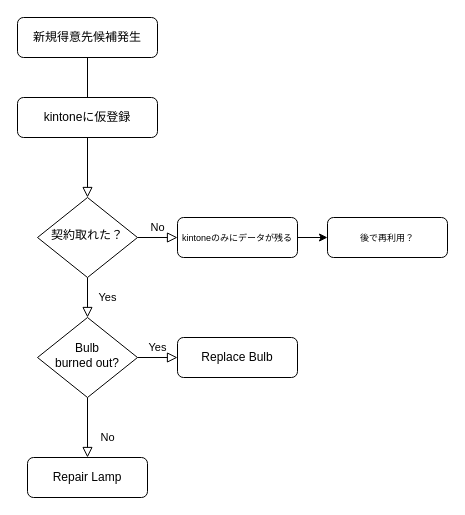
Before: 名称未設定ファイル.drawio in kss-kawashima/flow, a draw.io diagram. Source tidied: cells renumbered, new cells numbered last; positions are measured from the earlier drawing's top-left corner, leaving out a move shared by most shapes. Both pictures are drawn from the tidied source at 100%, with x=0, y=0 at pixel (17, 17).
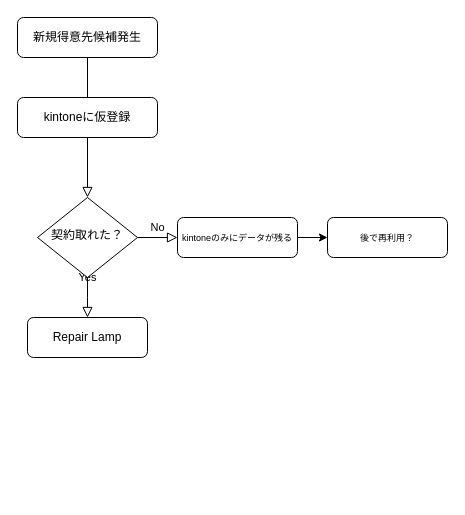
The same page after the edit.

Commit message (it also covers changes not shown here):
名称未設定ファイル.drawio を更新します

Change to the diagram source:
```diff
@@
 <mxGraphModel>
   <root>
     <mxCell id="0" />
     <mxCell id="1" parent="0" />
     <mxCell id="2" style="rounded=0;html=1;jettySize=auto;fontSize=11;endArrow=block;endFill=0;endSize=8;strokeWidth=1;shadow=0;labelBackgroundColor=none;edgeStyle=orthogonalEdgeStyle;entryX=0.5;entryY=0;entryDx=0;entryDy=0;" parent="1" edge="1" source="3" target="6">
       <mxGeometry relative="1" as="geometry" />
     </mxCell>
     <mxCell id="3" value="新規得意先候補発生" style="rounded=1;whiteSpace=wrap;html=1;fontSize=12;glass=0;strokeWidth=1;shadow=0;" parent="1" vertex="1">
       <mxGeometry width="140" height="40" as="geometry" />
     </mxCell>
-    <mxCell id="4" value="Yes" style="rounded=0;html=1;jettySize=auto;fontSize=11;endArrow=block;endFill=0;endSize=8;strokeWidth=1;shadow=0;labelBackgroundColor=none;edgeStyle=orthogonalEdgeStyle;" parent="1" edge="1" source="6" target="11">
-      <mxGeometry y="20" relative="1" as="geometry" />
+    <mxCell id="4" value="Yes" style="rounded=0;html=1;jettySize=auto;fontSize=11;endArrow=block;endFill=0;endSize=8;strokeWidth=1;shadow=0;labelBackgroundColor=none;edgeStyle=orthogonalEdgeStyle;" parent="1" edge="1" source="6">
+      <mxGeometry y="20" relative="1" as="geometry">
+        <mxPoint x="70" y="300" as="targetPoint" />
+      </mxGeometry>
     </mxCell>
     <mxCell id="5" value="No" style="edgeStyle=orthogonalEdgeStyle;rounded=0;html=1;jettySize=auto;fontSize=11;endArrow=block;endFill=0;endSize=8;strokeWidth=1;shadow=0;labelBackgroundColor=none;" parent="1" edge="1" source="6" target="8">
       <mxGeometry y="10" relative="1" as="geometry" />
     </mxCell>
     <mxCell id="6" value="契約取れた？" style="rhombus;whiteSpace=wrap;html=1;shadow=0;fontFamily=Helvetica;fontSize=12;align=center;strokeWidth=1;spacing=6;spacingTop=-4;" parent="1" vertex="1">
       <mxGeometry x="20" y="180" width="100" height="80" as="geometry" />
     </mxCell>
     <mxCell id="7" style="edgeStyle=orthogonalEdgeStyle;rounded=0;jettySize=auto;html=1;" parent="1" edge="1" source="8" target="15">
       <mxGeometry relative="1" as="geometry" />
     </mxCell>
     <mxCell id="8" value="&lt;font style=&quot;font-size: 9px;&quot;&gt;kintoneのみにデータが残る&lt;/font&gt;" style="rounded=1;whiteSpace=wrap;html=1;fontSize=12;glass=0;strokeWidth=1;shadow=0;" parent="1" vertex="1">
       <mxGeometry x="160" y="200" width="120" height="40" as="geometry" />
     </mxCell>
-    <mxCell id="9" value="No" style="rounded=0;html=1;jettySize=auto;fontSize=11;endArrow=block;endFill=0;endSize=8;strokeWidth=1;shadow=0;labelBackgroundColor=none;edgeStyle=orthogonalEdgeStyle;" parent="1" edge="1" source="11" target="12">
-      <mxGeometry x="0.33" y="20" relative="1" as="geometry" />
-    </mxCell>
-    <mxCell id="10" value="Yes" style="edgeStyle=orthogonalEdgeStyle;rounded=0;html=1;jettySize=auto;fontSize=11;endArrow=block;endFill=0;endSize=8;strokeWidth=1;shadow=0;labelBackgroundColor=none;" parent="1" edge="1" source="11" target="13">
-      <mxGeometry y="10" relative="1" as="geometry" />
-    </mxCell>
-    <mxCell id="11" value="Bulb&lt;br&gt;burned out?" style="rhombus;whiteSpace=wrap;html=1;shadow=0;fontFamily=Helvetica;fontSize=12;align=center;strokeWidth=1;spacing=6;spacingTop=-4;" parent="1" vertex="1">
-      <mxGeometry x="20" y="300" width="100" height="80" as="geometry" />
-    </mxCell>
     <mxCell id="12" value="Repair Lamp" style="rounded=1;whiteSpace=wrap;html=1;fontSize=12;glass=0;strokeWidth=1;shadow=0;" parent="1" vertex="1">
-      <mxGeometry x="10" y="440" width="120" height="40" as="geometry" />
+      <mxGeometry x="10" y="300" width="120" height="40" as="geometry" />
     </mxCell>
-    <mxCell id="13" value="Replace Bulb" style="rounded=1;whiteSpace=wrap;html=1;fontSize=12;glass=0;strokeWidth=1;shadow=0;" parent="1" vertex="1">
-      <mxGeometry x="160" y="320" width="120" height="40" as="geometry" />
-    </mxCell>
     <mxCell id="14" value="kintoneに仮登録" style="rounded=1;whiteSpace=wrap;html=1;fontSize=12;glass=0;strokeWidth=1;shadow=0;" parent="1" vertex="1">
       <mxGeometry y="80" width="140" height="40" as="geometry" />
     </mxCell>
     <mxCell id="15" value="&lt;font style=&quot;font-size: 9px;&quot;&gt;後で再利用？&lt;/font&gt;" style="rounded=1;whiteSpace=wrap;html=1;fontSize=12;glass=0;strokeWidth=1;shadow=0;" parent="1" vertex="1">
       <mxGeometry x="310" y="200" width="120" height="40" as="geometry" />
     </mxCell>
   </root>
 </mxGraphModel>
```
